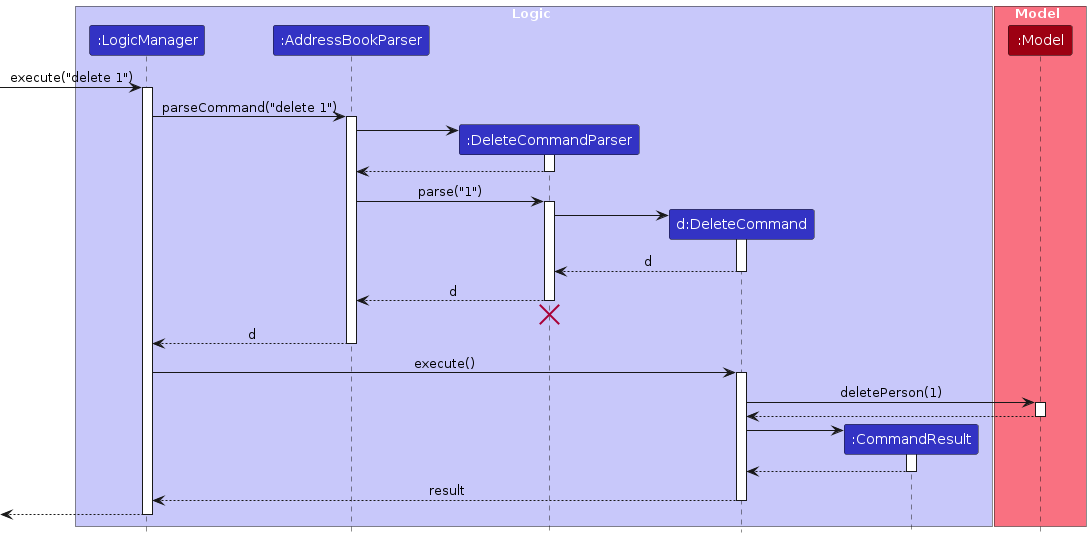
Above: diagrams/DeleteSequenceDiagram.png in geraldngjx/tp (PlantUML), before the change. Its source is kept beside it as diagrams/DeleteSequenceDiagram.puml.
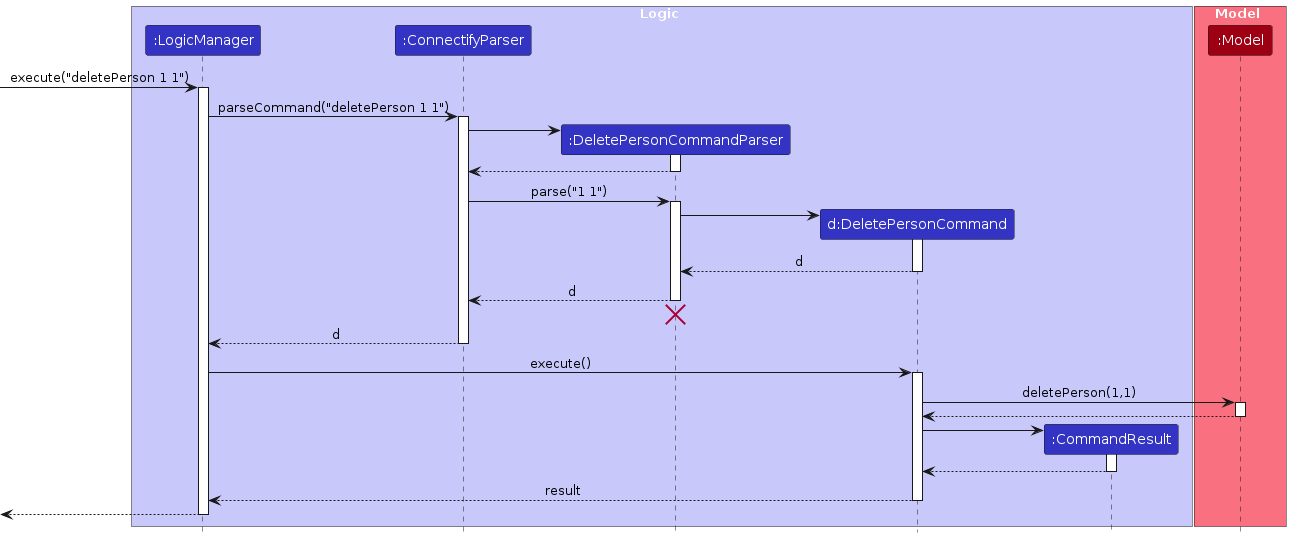
After the commit.

What changed in the source:
```diff
@@ -4,9 +4,9 @@
 
 box Logic LOGIC_COLOR_T1
 participant ":LogicManager" as LogicManager LOGIC_COLOR
-participant ":AddressBookParser" as AddressBookParser LOGIC_COLOR
-participant ":DeleteCommandParser" as DeleteCommandParser LOGIC_COLOR
-participant "d:DeleteCommand" as DeleteCommand LOGIC_COLOR
+participant ":ConnectifyParser" as ConnectifyParser LOGIC_COLOR
+participant ":DeletePersonCommandParser" as DeletePersonCommandParser LOGIC_COLOR
+participant "d:DeletePersonCommand" as DeletePersonCommand LOGIC_COLOR
 participant ":CommandResult" as CommandResult LOGIC_COLOR
 end box
 
@@ -14,55 +14,55 @@
 participant ":Model" as Model MODEL_COLOR
 end box
 
-[-> LogicManager : execute("delete 1")
+[-> LogicManager : execute("deletePerson 1 1")
 activate LogicManager
 
-LogicManager -> AddressBookParser : parseCommand("delete 1")
-activate AddressBookParser
+LogicManager -> ConnectifyParser : parseCommand("deletePerson 1 1")
+activate ConnectifyParser
 
-create DeleteCommandParser
-AddressBookParser -> DeleteCommandParser
-activate DeleteCommandParser
+create DeletePersonCommandParser
+ConnectifyParser -> DeletePersonCommandParser
+activate DeletePersonCommandParser
 
-DeleteCommandParser --> AddressBookParser
-deactivate DeleteCommandParser
+DeletePersonCommandParser --> ConnectifyParser
+deactivate DeletePersonCommandParser
 
-AddressBookParser -> DeleteCommandParser : parse("1")
-activate DeleteCommandParser
+ConnectifyParser -> DeletePersonCommandParser : parse("1 1")
+activate DeletePersonCommandParser
 
-create DeleteCommand
-DeleteCommandParser -> DeleteCommand
-activate DeleteCommand
+create DeletePersonCommand
+DeletePersonCommandParser -> DeletePersonCommand
+activate DeletePersonCommand
 
-DeleteCommand --> DeleteCommandParser : d
-deactivate DeleteCommand
+DeletePersonCommand --> DeletePersonCommandParser : d
+deactivate DeletePersonCommand
 
-DeleteCommandParser --> AddressBookParser : d
-deactivate DeleteCommandParser
-DeleteCommandParser -[hidden]-> AddressBookParser
-destroy DeleteCommandParser
+DeletePersonCommandParser --> ConnectifyParser : d
+deactivate DeletePersonCommandParser
+DeletePersonCommandParser -[hidden]-> ConnectifyParser
+destroy DeletePersonCommandParser
 
-AddressBookParser --> LogicManager : d
-deactivate AddressBookParser
+ConnectifyParser --> LogicManager : d
+deactivate ConnectifyParser
 
-LogicManager -> DeleteCommand : execute()
-activate DeleteCommand
+LogicManager -> DeletePersonCommand : execute()
+activate DeletePersonCommand
 
-DeleteCommand -> Model : deletePerson(1)
+DeletePersonCommand -> Model : deletePerson(1,1)
 activate Model
 
-Model --> DeleteCommand
+Model --> DeletePersonCommand
 deactivate Model
 
 create CommandResult
-DeleteCommand -> CommandResult
+DeletePersonCommand -> CommandResult
 activate CommandResult
 
-CommandResult --> DeleteCommand
+CommandResult --> DeletePersonCommand
 deactivate CommandResult
 
-DeleteCommand --> LogicManager : result
-deactivate DeleteCommand
+DeletePersonCommand --> LogicManager : result
+deactivate DeletePersonCommand
 
 [<--LogicManager
 deactivate LogicManager
```
